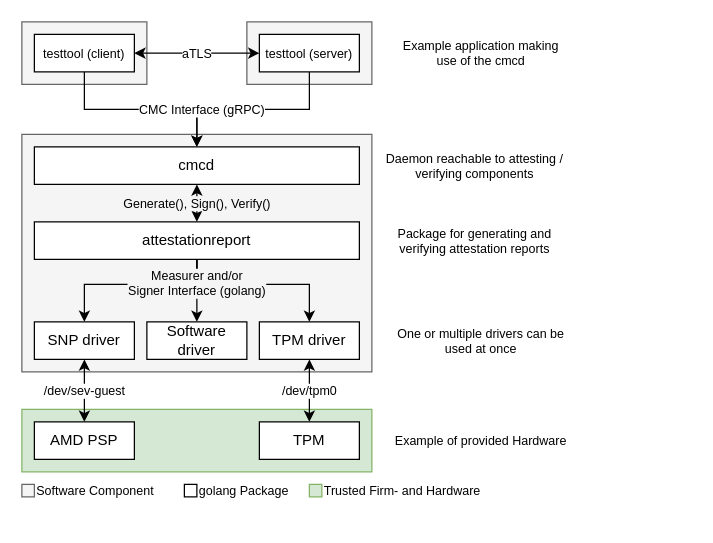
This is doc/architecture.drawio from Fraunhofer-AISEC/cmc, a draw.io file, before an edit. Source tidied: cells renumbered, new cells numbered last; positions are measured from the earlier drawing's top-left corner, leaving out a move shared by most shapes. Both pictures are drawn from the tidied source at 125%, with x=0, y=0 at pixel (21, 21).
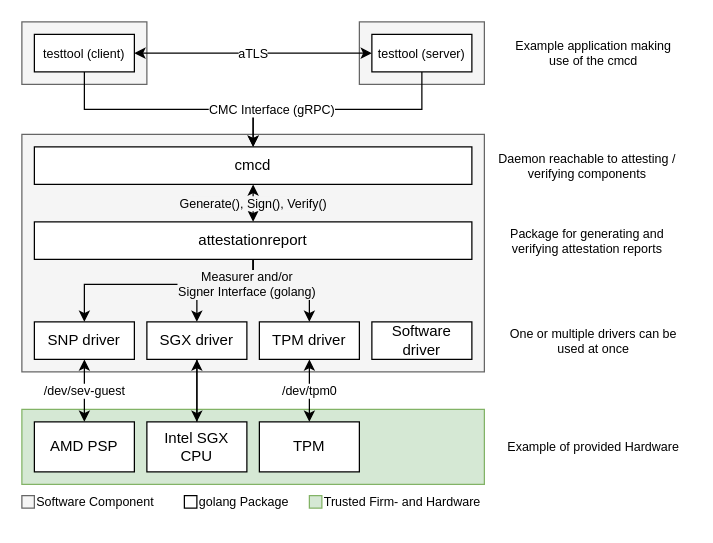
The same page after the edit.

Unchanged cells that the change refers to:
```xml
<mxCell id="11" value="SNP driver" style="rounded=0;whiteSpace=wrap;html=1;" parent="1" vertex="1">
  <mxGeometry x="10" y="240" width="80" height="30" as="geometry" />
</mxCell>
<mxCell id="14" value="TPM driver" style="rounded=0;whiteSpace=wrap;html=1;" parent="1" vertex="1">
  <mxGeometry x="190" y="240" width="80" height="30" as="geometry" />
</mxCell>
```

What changed in the source:
```diff
@@
     <mxCell id="2" style="rounded=0;whiteSpace=wrap;html=1;fontSize=10;fillColor=#d5e8d4;strokeColor=#82b366;" parent="1" vertex="1">
-      <mxGeometry y="310" width="280" height="50" as="geometry" />
+      <mxGeometry y="310" width="370" height="60" as="geometry" />
     </mxCell>
@@
     <mxCell id="4" style="rounded=0;whiteSpace=wrap;html=1;fontSize=10;fillColor=#f5f5f5;fontColor=#333333;strokeColor=#666666;" parent="1" vertex="1">
-      <mxGeometry x="180" width="100" height="50" as="geometry" />
+      <mxGeometry x="270" width="100" height="50" as="geometry" />
     </mxCell>
     <mxCell id="5" style="rounded=0;whiteSpace=wrap;html=1;fontSize=10;fillColor=#f5f5f5;fontColor=#333333;strokeColor=#666666;" parent="1" vertex="1">
-      <mxGeometry y="90" width="280" height="190" as="geometry" />
+      <mxGeometry y="90" width="370" height="190" as="geometry" />
     </mxCell>
@@
     <mxCell id="7" style="edgeStyle=orthogonalEdgeStyle;rounded=0;jettySize=auto;html=1;exitX=0.5;exitY=1;exitDx=0;exitDy=0;entryX=0.5;entryY=0;entryDx=0;entryDy=0;" parent="1" edge="1" source="24" target="14">
       <mxGeometry relative="1" as="geometry">
         <Array as="points">
-          <mxPoint x="140" y="210" />
+          <mxPoint x="185" y="210" />
           <mxPoint x="230" y="210" />
         </Array>
       </mxGeometry>
     </mxCell>
@@
     <mxCell id="9" value="cmcd" style="rounded=0;whiteSpace=wrap;html=1;" parent="1" vertex="1">
-      <mxGeometry x="10" y="100" width="260" height="30" as="geometry" />
+      <mxGeometry x="10" y="100" width="350" height="30" as="geometry" />
     </mxCell>
@@
+    <mxCell id="35" style="edgeStyle=orthogonalEdgeStyle;rounded=0;jettySize=auto;html=1;exitX=0.5;exitY=1;exitDx=0;exitDy=0;entryX=0.5;entryY=0;entryDx=0;entryDy=0;" parent="1" edge="1" source="12" target="37">
+      <mxGeometry relative="1" as="geometry" />
+    </mxCell>
-    <mxCell id="12" value="Software driver" style="rounded=0;whiteSpace=wrap;html=1;" parent="1" vertex="1">
+    <mxCell id="12" value="SGX driver" style="rounded=0;whiteSpace=wrap;html=1;" parent="1" vertex="1">
       <mxGeometry x="100" y="240" width="80" height="30" as="geometry" />
     </mxCell>
@@
     <mxCell id="15" value="One or multiple drivers can be used at once" style="text;html=1;strokeColor=none;fillColor=none;align=center;verticalAlign=middle;whiteSpace=wrap;rounded=0;fontSize=10;" parent="1" vertex="1">
-      <mxGeometry x="290" y="240" width="155" height="30" as="geometry" />
+      <mxGeometry x="380" y="240" width="155" height="30" as="geometry" />
     </mxCell>
@@
     <mxCell id="19" value="testtool (server)" style="rounded=0;whiteSpace=wrap;html=1;fontSize=10;" parent="1" vertex="1">
-      <mxGeometry x="190" y="10" width="80" height="30" as="geometry" />
+      <mxGeometry x="280" y="10" width="80" height="30" as="geometry" />
     </mxCell>
@@
     <mxCell id="21" value="Daemon reachable to attesting / verifying components" style="text;html=1;strokeColor=none;fillColor=none;align=center;verticalAlign=middle;whiteSpace=wrap;rounded=0;fontSize=10;" parent="1" vertex="1">
-      <mxGeometry x="290" y="100" width="145" height="30" as="geometry" />
+      <mxGeometry x="380" y="100" width="145" height="30" as="geometry" />
     </mxCell>
     <mxCell id="22" value="Example application making use of the cmcd" style="text;html=1;strokeColor=none;fillColor=none;align=center;verticalAlign=middle;whiteSpace=wrap;rounded=0;fontSize=10;" parent="1" vertex="1">
-      <mxGeometry x="295" y="10" width="145" height="30" as="geometry" />
+      <mxGeometry x="385" y="10" width="145" height="30" as="geometry" />
     </mxCell>
     <mxCell id="23" value="&lt;div style=&quot;font-size: 10px;&quot;&gt;&lt;font style=&quot;font-size: 10px;&quot;&gt;Measurer and/or &lt;br style=&quot;font-size: 10px;&quot;&gt;&lt;/font&gt;&lt;/div&gt;&lt;div style=&quot;font-size: 10px;&quot;&gt;&lt;font style=&quot;font-size: 10px;&quot;&gt;Signer Interface (golang)&lt;br style=&quot;font-size: 10px;&quot;&gt;&lt;/font&gt;&lt;/div&gt;" style="edgeStyle=orthogonalEdgeStyle;rounded=0;jettySize=auto;html=1;exitX=0.5;exitY=1;exitDx=0;exitDy=0;fontSize=10;labelBackgroundColor=#F5F5F5;" parent="1" edge="1" source="24" target="11">
       <mxGeometry x="-0.73" relative="1" as="geometry">
         <Array as="points">
-          <mxPoint x="140" y="210" />
+          <mxPoint x="185" y="210" />
           <mxPoint x="50" y="210" />
         </Array>
       </mxGeometry>
     </mxCell>
     <mxCell id="24" value="attestationreport" style="rounded=0;whiteSpace=wrap;html=1;" parent="1" vertex="1">
-      <mxGeometry x="10" y="160" width="260" height="30" as="geometry" />
+      <mxGeometry x="10" y="160" width="350" height="30" as="geometry" />
     </mxCell>
     <mxCell id="25" style="rounded=0;whiteSpace=wrap;html=1;fontSize=10;fillColor=#f5f5f5;fontColor=#333333;strokeColor=#666666;" parent="1" vertex="1">
-      <mxGeometry y="370" width="10" height="10" as="geometry" />
+      <mxGeometry y="379" width="10" height="10" as="geometry" />
     </mxCell>
     <mxCell id="26" value="Software Component" style="text;html=1;strokeColor=none;fillColor=none;align=left;verticalAlign=middle;whiteSpace=wrap;rounded=0;fontSize=10;" parent="1" vertex="1">
-      <mxGeometry x="10" y="360" width="100" height="30" as="geometry" />
+      <mxGeometry x="10" y="369" width="100" height="30" as="geometry" />
     </mxCell>
     <mxCell id="27" style="rounded=0;whiteSpace=wrap;html=1;fontSize=10;" parent="1" vertex="1">
-      <mxGeometry x="130" y="370" width="10" height="10" as="geometry" />
+      <mxGeometry x="130" y="379" width="10" height="10" as="geometry" />
     </mxCell>
     <mxCell id="28" value="golang Package" style="text;html=1;strokeColor=none;fillColor=none;align=left;verticalAlign=middle;whiteSpace=wrap;rounded=0;fontSize=10;" parent="1" vertex="1">
-      <mxGeometry x="140" y="360" width="80" height="30" as="geometry" />
+      <mxGeometry x="140" y="369" width="80" height="30" as="geometry" />
     </mxCell>
     <mxCell id="29" value="TPM" style="rounded=0;whiteSpace=wrap;html=1;" parent="1" vertex="1">
-      <mxGeometry x="190" y="320" width="80" height="30" as="geometry" />
+      <mxGeometry x="190" y="320" width="80" height="40" as="geometry" />
     </mxCell>
     <mxCell id="30" value="AMD PSP" style="rounded=0;whiteSpace=wrap;html=1;" parent="1" vertex="1">
-      <mxGeometry x="10" y="320" width="80" height="30" as="geometry" />
+      <mxGeometry x="10" y="320" width="80" height="40" as="geometry" />
     </mxCell>
     <mxCell id="31" style="rounded=0;whiteSpace=wrap;html=1;fontSize=10;fillColor=#d5e8d4;strokeColor=#82b366;" parent="1" vertex="1">
-      <mxGeometry x="230" y="370" width="10" height="10" as="geometry" />
+      <mxGeometry x="230" y="379" width="10" height="10" as="geometry" />
     </mxCell>
     <mxCell id="32" value="Trusted Firm- and Hardware" style="text;html=1;strokeColor=none;fillColor=none;align=left;verticalAlign=middle;whiteSpace=wrap;rounded=0;fontSize=10;" parent="1" vertex="1">
-      <mxGeometry x="240" y="360" width="130" height="30" as="geometry" />
+      <mxGeometry x="240" y="369" width="130" height="30" as="geometry" />
     </mxCell>
     <mxCell id="33" value="Package for generating and verifying attestation reports" style="text;html=1;strokeColor=none;fillColor=none;align=center;verticalAlign=middle;whiteSpace=wrap;rounded=0;fontSize=10;" parent="1" vertex="1">
-      <mxGeometry x="290" y="160" width="145" height="30" as="geometry" />
+      <mxGeometry x="380" y="160" width="145" height="30" as="geometry" />
     </mxCell>
     <mxCell id="34" value="Example of provided Hardware" style="text;html=1;strokeColor=none;fillColor=none;align=center;verticalAlign=middle;whiteSpace=wrap;rounded=0;fontSize=10;" parent="1" vertex="1">
-      <mxGeometry x="290" y="320" width="155" height="30" as="geometry" />
+      <mxGeometry x="380" y="325" width="155" height="30" as="geometry" />
     </mxCell>
+    <mxCell id="36" style="edgeStyle=orthogonalEdgeStyle;rounded=0;jettySize=auto;html=1;exitX=0.5;exitY=0;exitDx=0;exitDy=0;entryX=0.5;entryY=1;entryDx=0;entryDy=0;" parent="1" edge="1" source="37" target="12">
+      <mxGeometry relative="1" as="geometry" />
+    </mxCell>
+    <mxCell id="37" value="Intel SGX CPU" style="rounded=0;whiteSpace=wrap;html=1;" parent="1" vertex="1">
+      <mxGeometry x="100" y="320" width="80" height="40" as="geometry" />
+    </mxCell>
+    <mxCell id="38" value="Software driver" style="rounded=0;whiteSpace=wrap;html=1;" parent="1" vertex="1">
+      <mxGeometry x="280" y="240" width="80" height="30" as="geometry" />
+    </mxCell>
```
